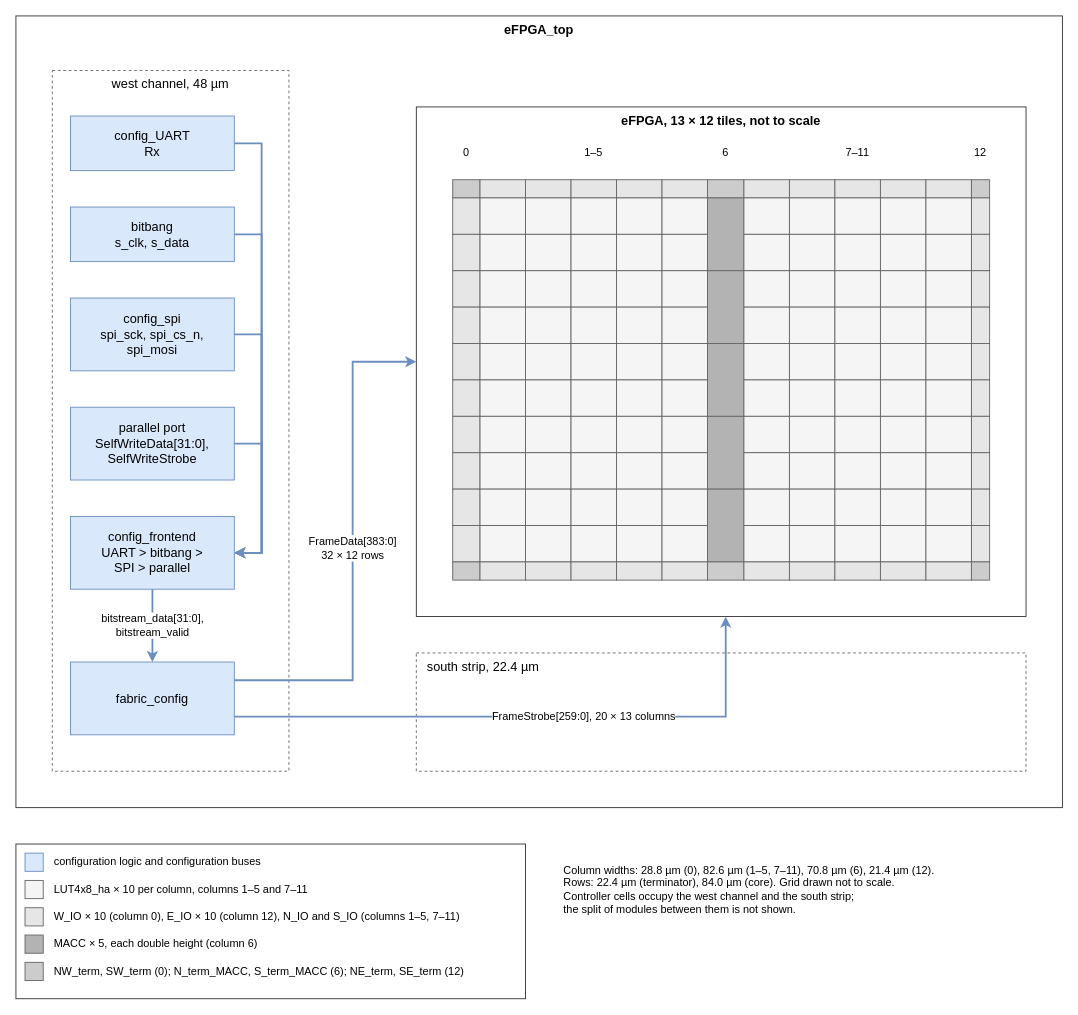
The draw.io diagram submission/images/system_architecture.drawio in KelvinChung2000/demo-ics55, before the edit. Source tidied: cells renumbered, new cells numbered last; positions are measured from the earlier drawing's top-left corner, leaving out a move shared by most shapes. Both pictures are drawn from the tidied source at 91%, with x=0, y=0 at pixel (15, 15).
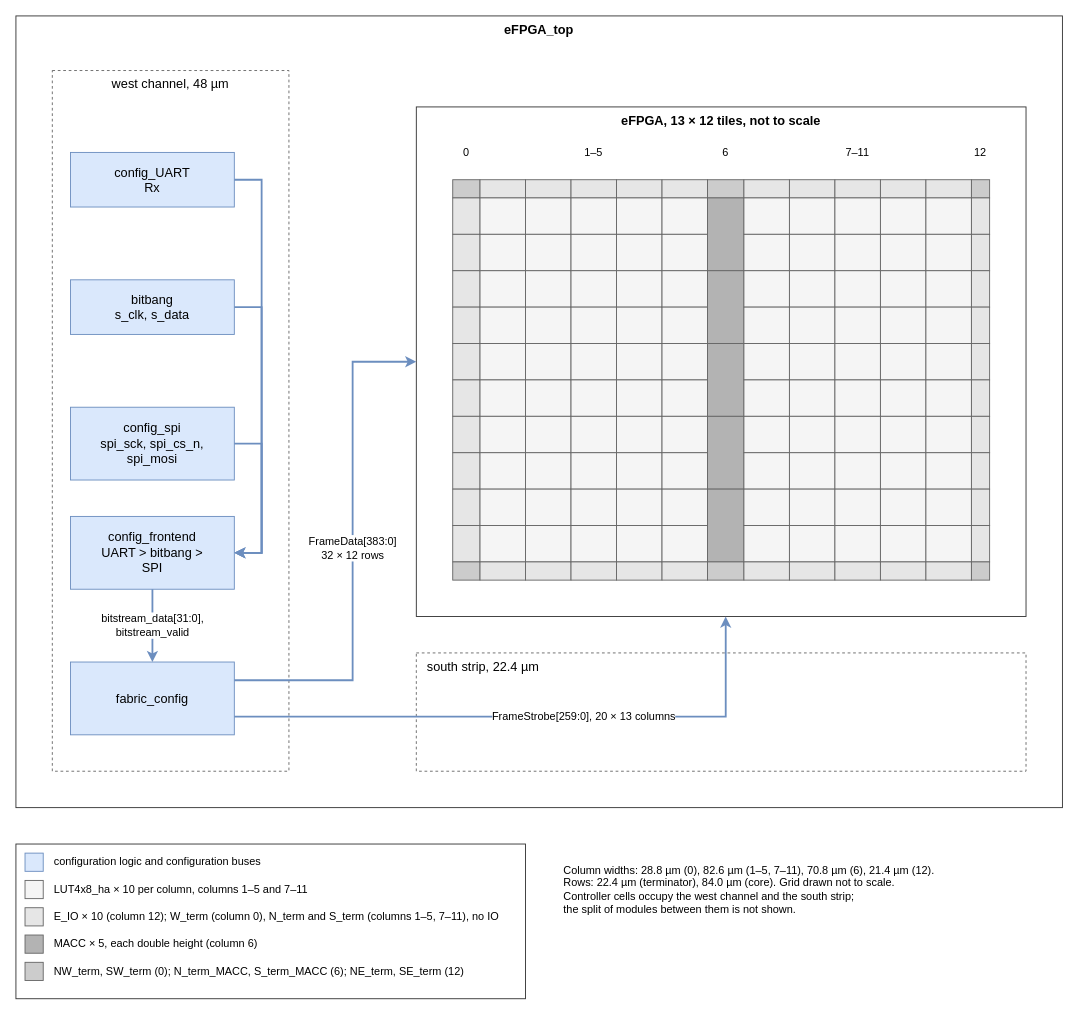
The same diagram, later.

The change refers to these unchanged cells:
```xml
<mxCell id="3" value="west channel, 48 µm" style="rounded=0;whiteSpace=wrap;html=1;fillColor=none;strokeColor=#666666;fontFamily=Helvetica;fontSize=14;dashed=1;verticalAlign=top;" parent="2" vertex="1">
  <mxGeometry x="40" y="60" width="260" height="770" as="geometry" />
</mxCell>
<mxCell id="175" style="rounded=0;whiteSpace=wrap;html=1;fillColor=#ffffff;strokeColor=#333333;fontFamily=Helvetica;fontSize=14;verticalAlign=top;" parent="1" vertex="1">
  <mxGeometry y="910" width="560" height="170" as="geometry" />
</mxCell>
```

Diff of the diagram source:
```diff
@@
     <mxCell id="4" value="config_UART&lt;br&gt;Rx" style="rounded=0;whiteSpace=wrap;html=1;fillColor=#dae8fc;strokeColor=#6c8ebf;fontFamily=Helvetica;fontSize=14;" parent="3" vertex="1">
-      <mxGeometry x="20" y="50" width="180" height="60" as="geometry" />
+      <mxGeometry x="20" y="90" width="180" height="60" as="geometry" />
     </mxCell>
     <mxCell id="5" value="bitbang&lt;br&gt;s_clk, s_data" style="rounded=0;whiteSpace=wrap;html=1;fillColor=#dae8fc;strokeColor=#6c8ebf;fontFamily=Helvetica;fontSize=14;" parent="3" vertex="1">
-      <mxGeometry x="20" y="150" width="180" height="60" as="geometry" />
+      <mxGeometry x="20" y="230" width="180" height="60" as="geometry" />
     </mxCell>
     <mxCell id="6" value="config_spi&lt;br&gt;spi_sck, spi_cs_n,&lt;br&gt;spi_mosi" style="rounded=0;whiteSpace=wrap;html=1;fillColor=#dae8fc;strokeColor=#6c8ebf;fontFamily=Helvetica;fontSize=14;" parent="3" vertex="1">
-      <mxGeometry x="20" y="250" width="180" height="80" as="geometry" />
+      <mxGeometry x="20" y="370" width="180" height="80" as="geometry" />
     </mxCell>
-    <mxCell id="7" value="parallel port&lt;br&gt;SelfWriteData[31:0],&lt;br&gt;SelfWriteStrobe" style="rounded=0;whiteSpace=wrap;html=1;fillColor=#dae8fc;strokeColor=#6c8ebf;fontFamily=Helvetica;fontSize=14;" parent="3" vertex="1">
-      <mxGeometry x="20" y="370" width="180" height="80" as="geometry" />
-    </mxCell>
-    <mxCell id="8" value="config_frontend&lt;br&gt;UART &amp;gt; bitbang &amp;gt;&lt;br&gt;SPI &amp;gt; parallel" style="rounded=0;whiteSpace=wrap;html=1;fillColor=#dae8fc;strokeColor=#6c8ebf;fontFamily=Helvetica;fontSize=14;" parent="3" vertex="1">
+    <mxCell id="8" value="config_frontend&lt;br&gt;UART &amp;gt; bitbang &amp;gt;&lt;br&gt;SPI" style="rounded=0;whiteSpace=wrap;html=1;fillColor=#dae8fc;strokeColor=#6c8ebf;fontFamily=Helvetica;fontSize=14;" parent="3" vertex="1">
       <mxGeometry x="20" y="490" width="180" height="80" as="geometry" />
     </mxCell>
@@
     <mxCell id="10" style="edgeStyle=orthogonalEdgeStyle;rounded=0;html=1;endArrow=classic;endFill=1;strokeColor=#6c8ebf;strokeWidth=2;fontFamily=Helvetica;fontSize=12;labelBackgroundColor=default;exitX=1;exitY=0.5;exitDx=0;exitDy=0;entryX=1;entryY=0.5;entryDx=0;entryDy=0;" parent="1" edge="1" source="4" target="8">
       <mxGeometry relative="1" as="geometry">
         <Array as="points">
-          <mxPoint x="270" y="140" />
+          <mxPoint x="270" y="180" />
           <mxPoint x="270" y="590" />
         </Array>
       </mxGeometry>
     </mxCell>
     <mxCell id="11" style="edgeStyle=orthogonalEdgeStyle;rounded=0;html=1;endArrow=classic;endFill=1;strokeColor=#6c8ebf;strokeWidth=2;fontFamily=Helvetica;fontSize=12;labelBackgroundColor=default;exitX=1;exitY=0.5;exitDx=0;exitDy=0;entryX=1;entryY=0.5;entryDx=0;entryDy=0;" parent="1" edge="1" source="5" target="8">
       <mxGeometry relative="1" as="geometry">
         <Array as="points">
-          <mxPoint x="270" y="240" />
+          <mxPoint x="270" y="320" />
           <mxPoint x="270" y="590" />
         </Array>
       </mxGeometry>
     </mxCell>
     <mxCell id="12" style="edgeStyle=orthogonalEdgeStyle;rounded=0;html=1;endArrow=classic;endFill=1;strokeColor=#6c8ebf;strokeWidth=2;fontFamily=Helvetica;fontSize=12;labelBackgroundColor=default;exitX=1;exitY=0.5;exitDx=0;exitDy=0;entryX=1;entryY=0.5;entryDx=0;entryDy=0;" parent="1" edge="1" source="6" target="8">
       <mxGeometry relative="1" as="geometry">
         <Array as="points">
-          <mxPoint x="270" y="350" />
+          <mxPoint x="270" y="470" />
           <mxPoint x="270" y="590" />
         </Array>
       </mxGeometry>
     </mxCell>
-    <mxCell id="13" style="edgeStyle=orthogonalEdgeStyle;rounded=0;html=1;endArrow=classic;endFill=1;strokeColor=#6c8ebf;strokeWidth=2;fontFamily=Helvetica;fontSize=12;labelBackgroundColor=default;exitX=1;exitY=0.5;exitDx=0;exitDy=0;entryX=1;entryY=0.5;entryDx=0;entryDy=0;" parent="1" edge="1" source="7" target="8">
-      <mxGeometry relative="1" as="geometry">
-        <Array as="points">
-          <mxPoint x="270" y="470" />
-          <mxPoint x="270" y="590" />
-        </Array>
-      </mxGeometry>
-    </mxCell>
@@
-    <mxCell id="181" value="W_IO × 10 (column 0), E_IO × 10 (column 12), N_IO and S_IO (columns 1–5, 7–11)" style="text;html=1;align=left;verticalAlign=middle;whiteSpace=wrap;fontFamily=Helvetica;fontSize=12;" parent="175" vertex="1">
+    <mxCell id="181" value="E_IO × 10 (column 12); W_term (column 0), N_term and S_term (columns 1–5, 7–11), no IO" style="text;html=1;align=left;verticalAlign=middle;whiteSpace=wrap;fontFamily=Helvetica;fontSize=12;" parent="175" vertex="1">
       <mxGeometry x="40" y="70" width="510" height="20" as="geometry" />
     </mxCell>
```
